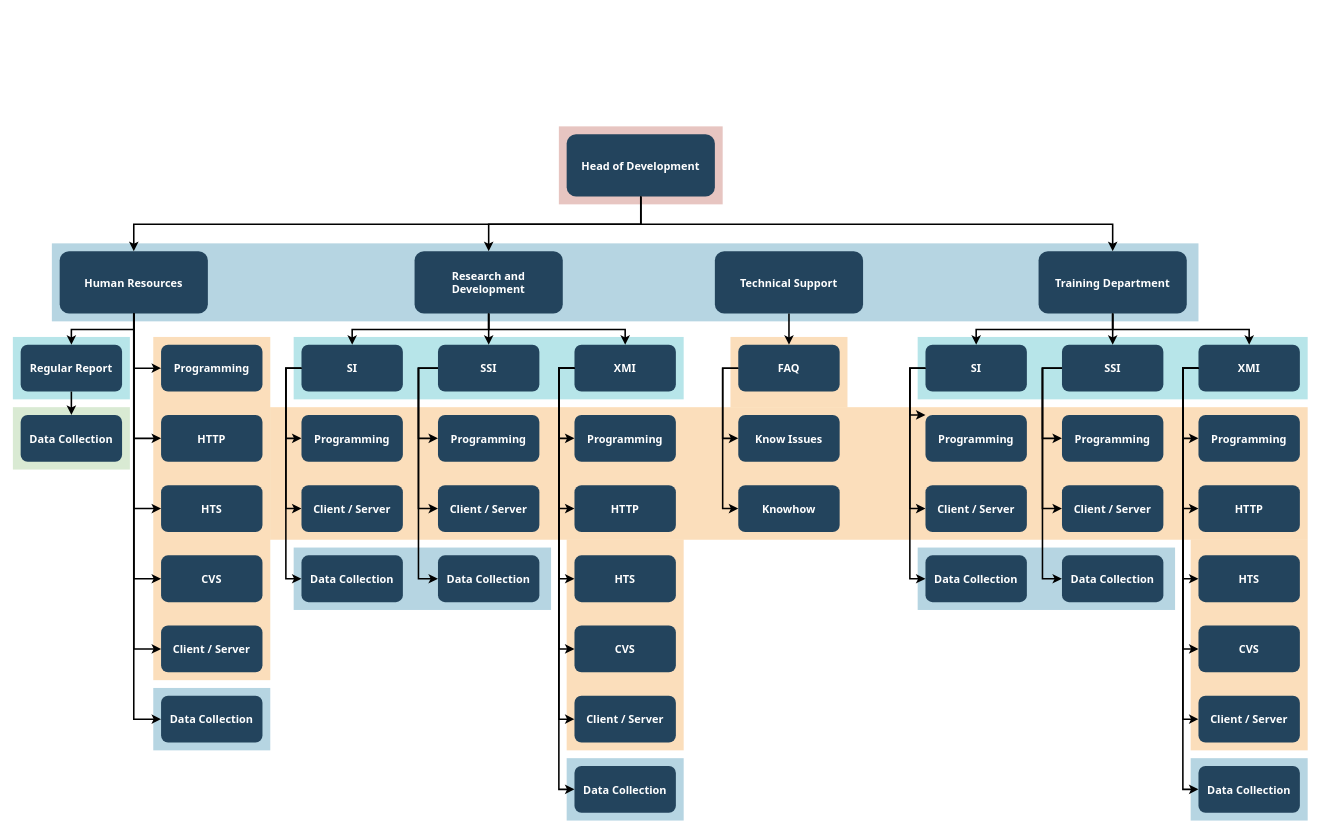
Above: Proyecto/Untitled Diagram.drawio in juansebastiangit/Inteligencia_artificial (draw.io), before the change. Source tidied: cells renumbered, new cells numbered last; positions are measured from the earlier drawing's top-left corner, leaving out a move shared by most shapes. Both pictures are drawn from the tidied source at 78%, with x=0, y=0 at pixel (12, 126).
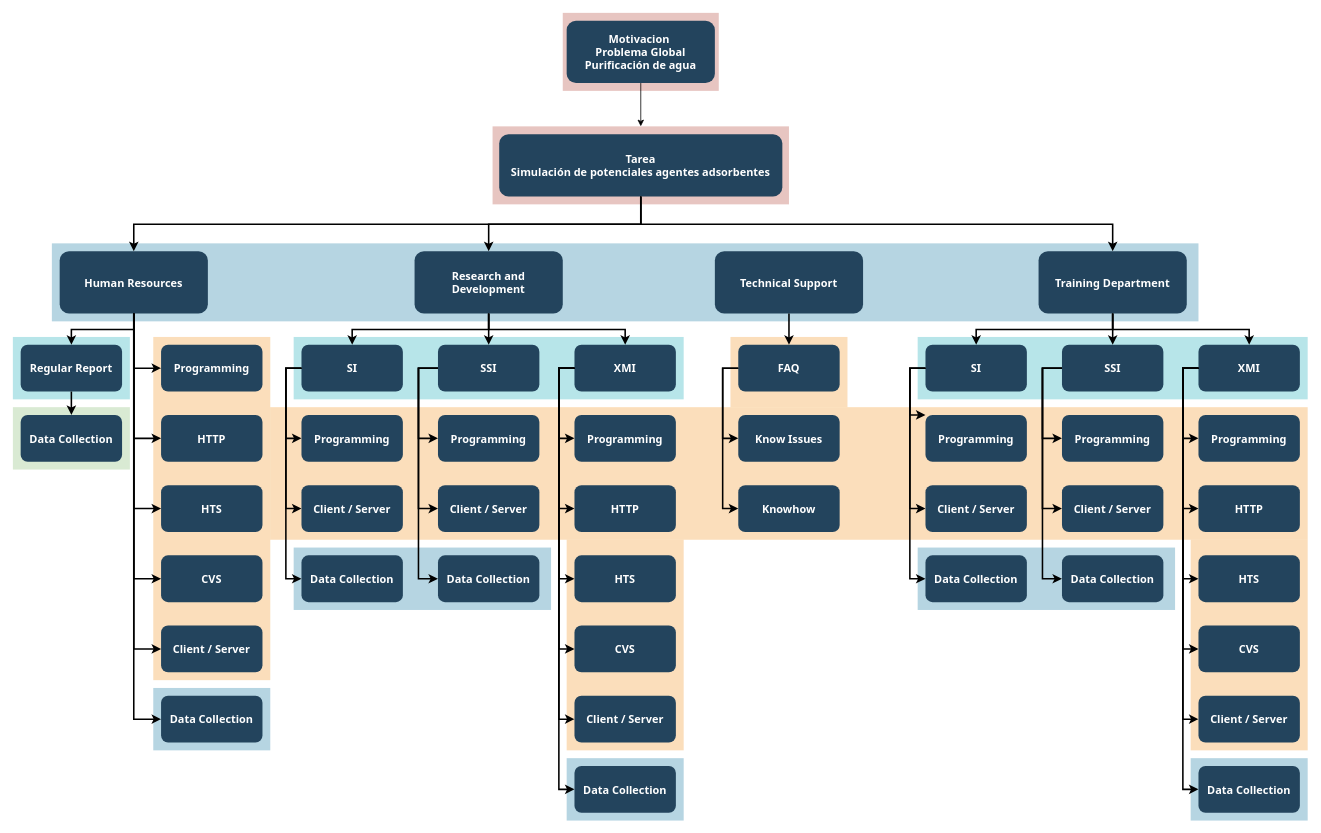
The same diagram, later.

What changed in the source:
```diff
@@
+    <mxCell id="108" style="fillColor=#AE4132;strokeColor=none;opacity=30;" parent="1" vertex="1">
+      <mxGeometry x="705" y="-146" width="200" height="100" as="geometry" />
+    </mxCell>
     <mxCell id="2" style="fillColor=#AE4132;strokeColor=none;opacity=30;" parent="1" vertex="1">
-      <mxGeometry x="700" y="-0.5" width="210" height="100" as="geometry" />
+      <mxGeometry x="615" y="-0.5" width="380" height="100" as="geometry" />
     </mxCell>
@@
-    <mxCell id="18" value="Head of Development" style="rounded=1;fillColor=#23445D;gradientColor=none;strokeColor=none;fontColor=#FFFFFF;fontStyle=1;fontFamily=Tahoma;fontSize=14;" parent="1" vertex="1">
-      <mxGeometry x="710" y="9.5" width="190" height="80" as="geometry" />
+    <mxCell id="18" value="Tarea&#10;Simulación de potenciales agentes adsorbentes" style="rounded=1;fillColor=#23445D;gradientColor=none;strokeColor=none;fontColor=#FFFFFF;fontStyle=1;fontFamily=Tahoma;fontSize=14;" parent="1" vertex="1">
+      <mxGeometry x="623.5" y="9.5" width="363" height="80" as="geometry" />
     </mxCell>
@@
+    <mxCell id="109" style="edgeStyle=orthogonalEdgeStyle;rounded=0;jettySize=auto;html=1;exitX=0.5;exitY=1;exitDx=0;exitDy=0;entryX=0.5;entryY=0;entryDx=0;entryDy=0;" parent="1" edge="1" source="110" target="2">
+      <mxGeometry relative="1" as="geometry" />
+    </mxCell>
+    <mxCell id="110" value="Motivacion &#10;Problema Global&#10;Purificación de agua" style="rounded=1;fillColor=#23445D;gradientColor=none;strokeColor=none;fontColor=#FFFFFF;fontStyle=1;fontFamily=Tahoma;fontSize=14;" parent="1" vertex="1">
+      <mxGeometry x="710" y="-136" width="190" height="80" as="geometry" />
+    </mxCell>
```
